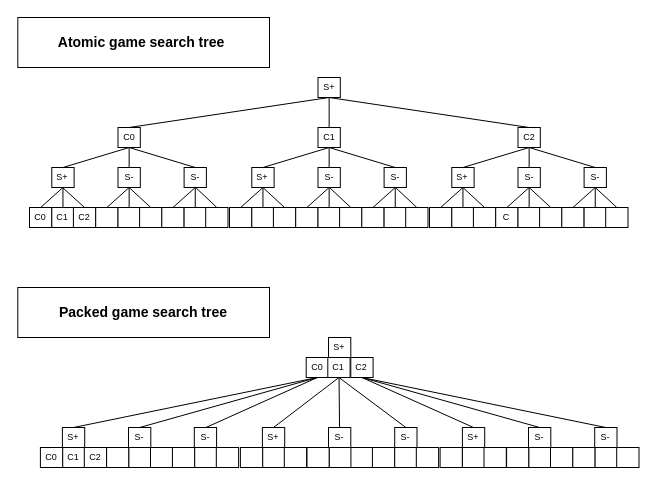
Before: docs/drawio/tree packing.drawio in Horolsky/senet, a draw.io diagram. Source tidied: cells renumbered, new cells numbered last; positions are measured from the earlier drawing's top-left corner, leaving out a move shared by most shapes. Both pictures are drawn from the tidied source at 100%, with x=0, y=0 at pixel (17, 17).
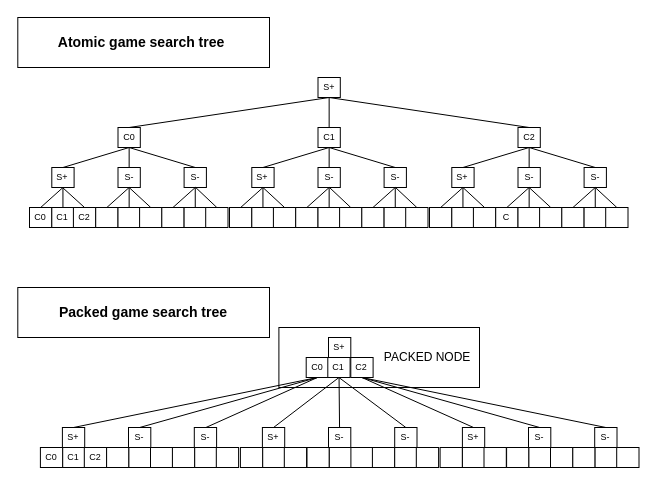
After the change.

The edit, as a diff of the source:
```diff
@@
+    <mxCell id="180" value="PACKED NODE&amp;nbsp;&amp;nbsp;" style="rounded=0;whiteSpace=wrap;html=1;align=right;" parent="1" vertex="1">
+      <mxGeometry x="261.4" y="310" width="200.6" height="60" as="geometry" />
+    </mxCell>
```
